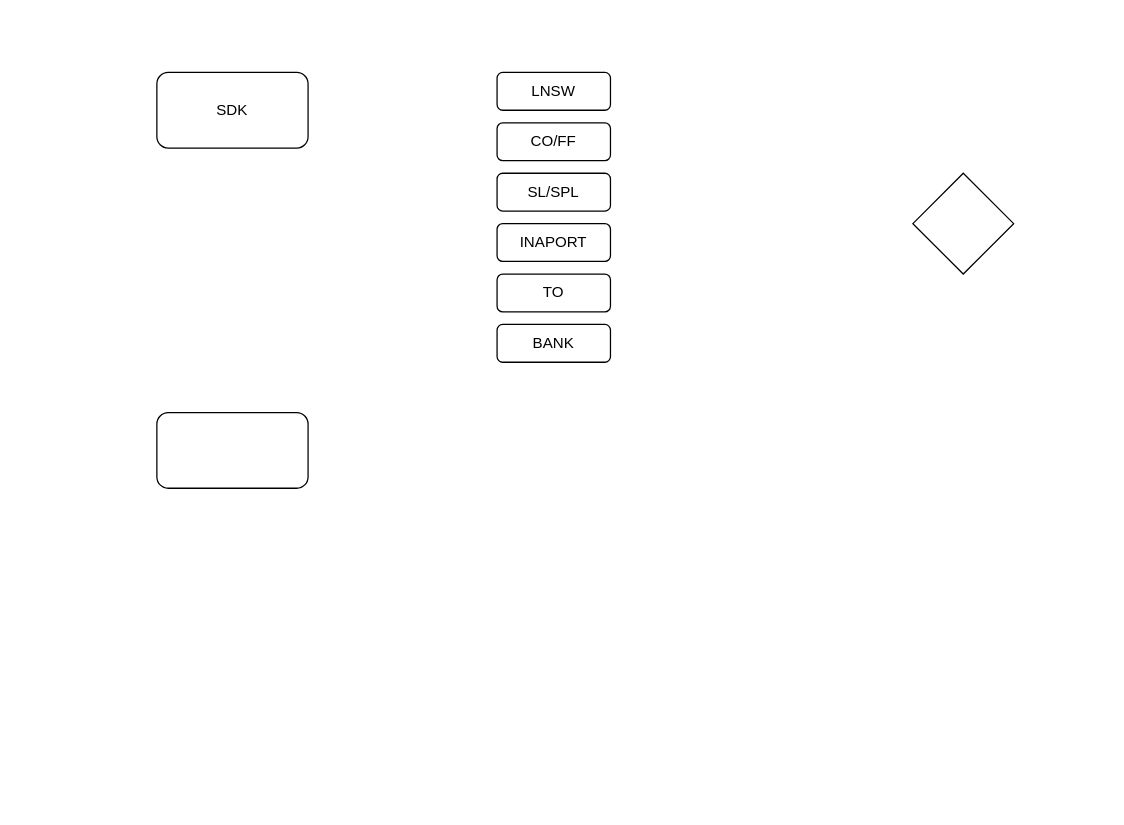
This is Consensus HLF.drawio from ariesharry/Diagrams, a draw.io file, before an edit. Source tidied: cells renumbered, new cells numbered last; positions are measured from the earlier drawing's top-left corner, leaving out a move shared by most shapes. Both pictures are drawn from the tidied source at 126%, with x=0, y=0 at pixel (156, 72).
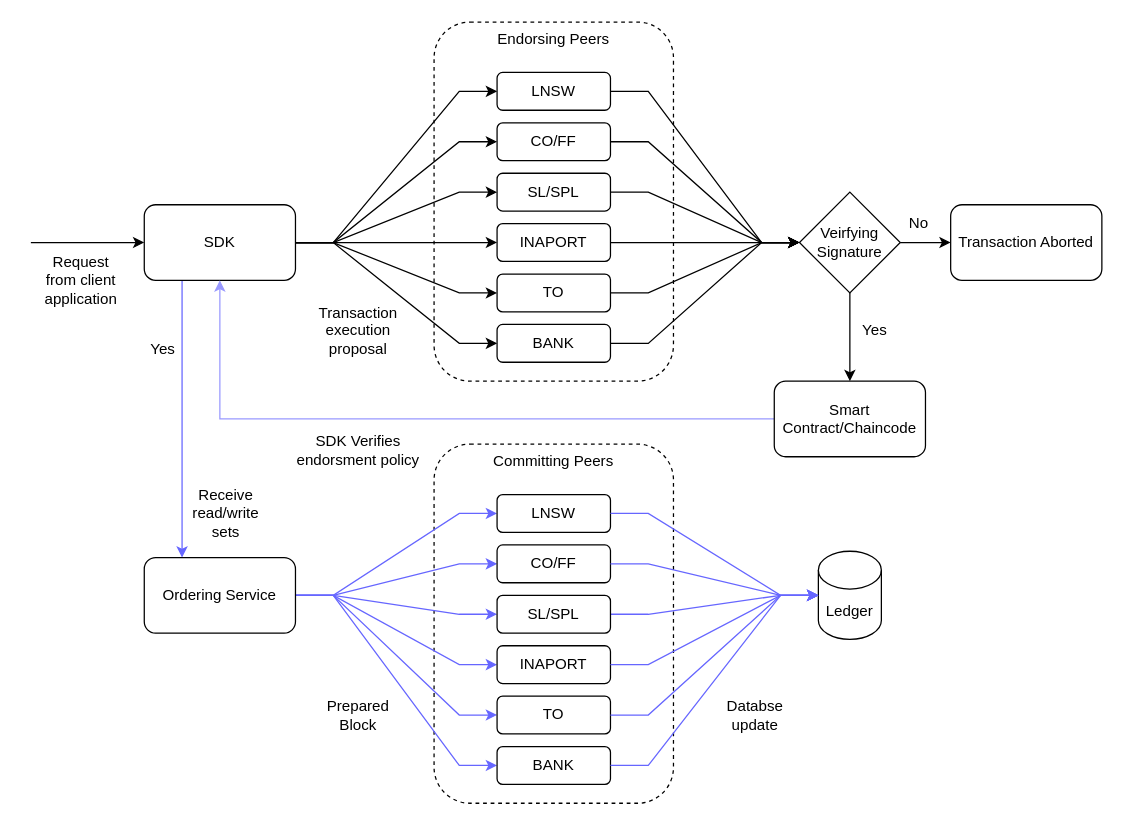
The same diagram, later.

Unchanged cells that the change refers to:
```xml
<mxCell id="5" value="LNSW" style="rounded=1;whiteSpace=wrap;html=1;" parent="1" vertex="1">
  <mxGeometry x="270" width="90" height="30" as="geometry" />
</mxCell>
<mxCell id="6" value="CO/FF" style="rounded=1;whiteSpace=wrap;html=1;" parent="1" vertex="1">
  <mxGeometry x="270" y="40" width="90" height="30" as="geometry" />
</mxCell>
<mxCell id="7" value="SL/SPL" style="rounded=1;whiteSpace=wrap;html=1;" parent="1" vertex="1">
  <mxGeometry x="270" y="80" width="90" height="30" as="geometry" />
</mxCell>
<mxCell id="8" value="INAPORT" style="rounded=1;whiteSpace=wrap;html=1;" parent="1" vertex="1">
  <mxGeometry x="270" y="120" width="90" height="30" as="geometry" />
</mxCell>
<mxCell id="9" value="TO" style="rounded=1;whiteSpace=wrap;html=1;" parent="1" vertex="1">
  <mxGeometry x="270" y="160" width="90" height="30" as="geometry" />
</mxCell>
<mxCell id="10" value="BANK" style="rounded=1;whiteSpace=wrap;html=1;" parent="1" vertex="1">
  <mxGeometry x="270" y="200" width="90" height="30" as="geometry" />
</mxCell>
```

Change to the diagram source:
```diff
@@
+    <mxCell id="11" value="Committing Peers" style="rounded=1;whiteSpace=wrap;html=1;fillColor=none;dashed=1;verticalAlign=top;" parent="1" vertex="1">
+      <mxGeometry x="220" y="295" width="190" height="285" as="geometry" />
+    </mxCell>
+    <mxCell id="12" value="Endorsing Peers" style="rounded=1;whiteSpace=wrap;html=1;fillColor=none;dashed=1;verticalAlign=top;" parent="1" vertex="1">
+      <mxGeometry x="220" y="-40" width="190" height="285" as="geometry" />
+    </mxCell>
+    <mxCell id="13" style="edgeStyle=entityRelationEdgeStyle;rounded=0;jettySize=auto;html=1;exitX=1;exitY=0.5;exitDx=0;exitDy=0;entryX=0;entryY=0.5;entryDx=0;entryDy=0;" parent="1" edge="1" source="2" target="8">
+      <mxGeometry relative="1" as="geometry" />
+    </mxCell>
+    <mxCell id="14" style="edgeStyle=entityRelationEdgeStyle;rounded=0;jettySize=auto;html=1;exitX=1;exitY=0.5;exitDx=0;exitDy=0;entryX=0;entryY=0.5;entryDx=0;entryDy=0;" parent="1" edge="1" source="2" target="7">
+      <mxGeometry relative="1" as="geometry" />
+    </mxCell>
+    <mxCell id="15" style="edgeStyle=entityRelationEdgeStyle;rounded=0;jettySize=auto;html=1;exitX=1;exitY=0.5;exitDx=0;exitDy=0;entryX=0;entryY=0.5;entryDx=0;entryDy=0;" parent="1" edge="1" source="2" target="6">
+      <mxGeometry relative="1" as="geometry" />
+    </mxCell>
+    <mxCell id="16" style="edgeStyle=entityRelationEdgeStyle;rounded=0;jettySize=auto;html=1;exitX=1;exitY=0.5;exitDx=0;exitDy=0;entryX=0;entryY=0.5;entryDx=0;entryDy=0;" parent="1" edge="1" source="2" target="5">
+      <mxGeometry relative="1" as="geometry" />
+    </mxCell>
+    <mxCell id="17" style="edgeStyle=entityRelationEdgeStyle;rounded=0;jettySize=auto;html=1;exitX=1;exitY=0.5;exitDx=0;exitDy=0;entryX=0;entryY=0.5;entryDx=0;entryDy=0;" parent="1" edge="1" source="2" target="9">
+      <mxGeometry relative="1" as="geometry" />
+    </mxCell>
+    <mxCell id="18" style="edgeStyle=entityRelationEdgeStyle;rounded=0;jettySize=auto;html=1;exitX=1;exitY=0.5;exitDx=0;exitDy=0;entryX=0;entryY=0.5;entryDx=0;entryDy=0;" parent="1" edge="1" source="2" target="10">
+      <mxGeometry relative="1" as="geometry" />
+    </mxCell>
+    <mxCell id="19" style="edgeStyle=orthogonalEdgeStyle;rounded=0;jettySize=auto;html=1;exitX=0.25;exitY=1;exitDx=0;exitDy=0;entryX=0.25;entryY=0;entryDx=0;entryDy=0;fillColor=#dae8fc;strokeColor=#6666FF;" parent="1" edge="1" source="2" target="4">
+      <mxGeometry relative="1" as="geometry" />
+    </mxCell>
     <mxCell id="2" value="SDK" style="rounded=1;whiteSpace=wrap;html=1;" parent="1" vertex="1">
-      <mxGeometry width="120" height="60" as="geometry" />
+      <mxGeometry x="-10" y="105" width="120" height="60" as="geometry" />
     </mxCell>
+    <mxCell id="20" style="edgeStyle=orthogonalEdgeStyle;rounded=0;jettySize=auto;html=1;exitX=0.5;exitY=1;exitDx=0;exitDy=0;" parent="1" edge="1" source="3" target="44">
+      <mxGeometry relative="1" as="geometry" />
+    </mxCell>
+    <mxCell id="21" style="edgeStyle=orthogonalEdgeStyle;rounded=0;jettySize=auto;html=1;exitX=1;exitY=0.5;exitDx=0;exitDy=0;entryX=0;entryY=0.5;entryDx=0;entryDy=0;" parent="1" edge="1" source="3" target="45">
+      <mxGeometry relative="1" as="geometry" />
+    </mxCell>
-    <mxCell id="3" style="rhombus;whiteSpace=wrap;html=1;" parent="1" vertex="1">
-      <mxGeometry x="600" y="80" width="80" height="80" as="geometry" />
+    <mxCell id="3" value="Veirfying Signature" style="rhombus;whiteSpace=wrap;html=1;" parent="1" vertex="1">
+      <mxGeometry x="510" y="95" width="80" height="80" as="geometry" />
     </mxCell>
+    <mxCell id="22" style="edgeStyle=entityRelationEdgeStyle;rounded=0;jettySize=auto;html=1;exitX=1;exitY=0.5;exitDx=0;exitDy=0;entryX=0;entryY=0.5;entryDx=0;entryDy=0;strokeColor=#6666FF;" parent="1" edge="1" source="4" target="34">
+      <mxGeometry relative="1" as="geometry" />
+    </mxCell>
+    <mxCell id="23" style="edgeStyle=entityRelationEdgeStyle;rounded=0;jettySize=auto;html=1;exitX=1;exitY=0.5;exitDx=0;exitDy=0;entryX=0;entryY=0.5;entryDx=0;entryDy=0;strokeColor=#6666FF;" parent="1" edge="1" source="4" target="35">
+      <mxGeometry relative="1" as="geometry" />
+    </mxCell>
+    <mxCell id="24" style="edgeStyle=entityRelationEdgeStyle;rounded=0;jettySize=auto;html=1;exitX=1;exitY=0.5;exitDx=0;exitDy=0;entryX=0;entryY=0.5;entryDx=0;entryDy=0;strokeColor=#6666FF;" parent="1" edge="1" source="4" target="37">
+      <mxGeometry relative="1" as="geometry" />
+    </mxCell>
+    <mxCell id="25" style="edgeStyle=entityRelationEdgeStyle;rounded=0;jettySize=auto;html=1;exitX=1;exitY=0.5;exitDx=0;exitDy=0;entryX=0;entryY=0.5;entryDx=0;entryDy=0;strokeColor=#6666FF;" parent="1" edge="1" source="4" target="38">
+      <mxGeometry relative="1" as="geometry" />
+    </mxCell>
+    <mxCell id="26" style="edgeStyle=entityRelationEdgeStyle;rounded=0;jettySize=auto;html=1;exitX=1;exitY=0.5;exitDx=0;exitDy=0;entryX=0;entryY=0.5;entryDx=0;entryDy=0;strokeColor=#6666FF;" parent="1" edge="1" source="4" target="39">
+      <mxGeometry relative="1" as="geometry" />
+    </mxCell>
+    <mxCell id="27" style="edgeStyle=entityRelationEdgeStyle;rounded=0;jettySize=auto;html=1;exitX=1;exitY=0.5;exitDx=0;exitDy=0;entryX=0;entryY=0.5;entryDx=0;entryDy=0;strokeColor=#6666FF;" parent="1" edge="1" source="4" target="40">
+      <mxGeometry relative="1" as="geometry" />
+    </mxCell>
-    <mxCell id="4" style="rounded=1;whiteSpace=wrap;html=1;" parent="1" vertex="1">
-      <mxGeometry y="270" width="120" height="60" as="geometry" />
+    <mxCell id="4" value="Ordering Service" style="rounded=1;whiteSpace=wrap;html=1;" parent="1" vertex="1">
+      <mxGeometry x="-10" y="385" width="120" height="60" as="geometry" />
     </mxCell>
+    <mxCell id="28" style="edgeStyle=entityRelationEdgeStyle;rounded=0;jettySize=auto;html=1;exitX=1;exitY=0.5;exitDx=0;exitDy=0;entryX=0;entryY=0.5;entryDx=0;entryDy=0;" parent="1" edge="1" source="5" target="3">
+      <mxGeometry relative="1" as="geometry" />
+    </mxCell>
@@
+    <mxCell id="29" style="edgeStyle=entityRelationEdgeStyle;rounded=0;jettySize=auto;html=1;exitX=1;exitY=0.5;exitDx=0;exitDy=0;entryX=0;entryY=0.5;entryDx=0;entryDy=0;" parent="1" edge="1" source="6" target="3">
+      <mxGeometry relative="1" as="geometry" />
+    </mxCell>
@@
+    <mxCell id="30" style="edgeStyle=entityRelationEdgeStyle;rounded=0;jettySize=auto;html=1;exitX=1;exitY=0.5;exitDx=0;exitDy=0;entryX=0;entryY=0.5;entryDx=0;entryDy=0;" parent="1" edge="1" source="7" target="3">
+      <mxGeometry relative="1" as="geometry" />
+    </mxCell>
@@
+    <mxCell id="31" style="edgeStyle=entityRelationEdgeStyle;rounded=0;jettySize=auto;html=1;exitX=1;exitY=0.5;exitDx=0;exitDy=0;entryX=0;entryY=0.5;entryDx=0;entryDy=0;" parent="1" edge="1" source="8" target="3">
+      <mxGeometry relative="1" as="geometry" />
+    </mxCell>
@@
+    <mxCell id="32" style="edgeStyle=entityRelationEdgeStyle;rounded=0;jettySize=auto;html=1;exitX=1;exitY=0.5;exitDx=0;exitDy=0;entryX=0;entryY=0.5;entryDx=0;entryDy=0;" parent="1" edge="1" source="9" target="3">
+      <mxGeometry relative="1" as="geometry" />
+    </mxCell>
@@
+    <mxCell id="33" style="edgeStyle=entityRelationEdgeStyle;rounded=0;jettySize=auto;html=1;exitX=1;exitY=0.5;exitDx=0;exitDy=0;entryX=0;entryY=0.5;entryDx=0;entryDy=0;" parent="1" edge="1" source="10" target="3">
+      <mxGeometry relative="1" as="geometry" />
+    </mxCell>
@@
+    <mxCell id="34" value="LNSW" style="rounded=1;whiteSpace=wrap;html=1;" parent="1" vertex="1">
+      <mxGeometry x="270" y="335" width="90" height="30" as="geometry" />
+    </mxCell>
+    <mxCell id="35" value="CO/FF" style="rounded=1;whiteSpace=wrap;html=1;" parent="1" vertex="1">
+      <mxGeometry x="270" y="375" width="90" height="30" as="geometry" />
+    </mxCell>
+    <mxCell id="36" style="edgeStyle=entityRelationEdgeStyle;rounded=0;jettySize=auto;html=1;exitX=1;exitY=0.5;exitDx=0;exitDy=0;entryX=0;entryY=0.5;entryDx=0;entryDy=0;entryPerimeter=0;strokeColor=#6666FF;" parent="1" edge="1" source="37" target="42">
+      <mxGeometry relative="1" as="geometry" />
+    </mxCell>
+    <mxCell id="37" value="SL/SPL" style="rounded=1;whiteSpace=wrap;html=1;" parent="1" vertex="1">
+      <mxGeometry x="270" y="415" width="90" height="30" as="geometry" />
+    </mxCell>
+    <mxCell id="38" value="INAPORT" style="rounded=1;whiteSpace=wrap;html=1;" parent="1" vertex="1">
+      <mxGeometry x="270" y="455" width="90" height="30" as="geometry" />
+    </mxCell>
+    <mxCell id="39" value="TO" style="rounded=1;whiteSpace=wrap;html=1;" parent="1" vertex="1">
+      <mxGeometry x="270" y="495" width="90" height="30" as="geometry" />
+    </mxCell>
+    <mxCell id="40" value="BANK" style="rounded=1;whiteSpace=wrap;html=1;" parent="1" vertex="1">
+      <mxGeometry x="270" y="535" width="90" height="30" as="geometry" />
+    </mxCell>
+    <mxCell id="41" style="endArrow=classic;html=1;rounded=0;entryX=0;entryY=0.5;entryDx=0;entryDy=0;" parent="1" edge="1" target="2">
+      <mxGeometry relative="1" as="geometry">
+        <mxPoint x="-100" y="135" as="sourcePoint" />
+      </mxGeometry>
+    </mxCell>
+    <mxCell id="42" value="Ledger" style="shape=cylinder3;whiteSpace=wrap;html=1;boundedLbl=1;backgroundOutline=1;size=15;" parent="1" vertex="1">
+      <mxGeometry x="525" y="380" width="50" height="70" as="geometry" />
+    </mxCell>
+    <mxCell id="43" style="edgeStyle=orthogonalEdgeStyle;rounded=0;jettySize=auto;html=1;exitX=0;exitY=0.5;exitDx=0;exitDy=0;entryX=0.5;entryY=1;entryDx=0;entryDy=0;fillColor=#f8cecc;strokeColor=#9999FF;" parent="1" edge="1" source="44" target="2">
+      <mxGeometry relative="1" as="geometry" />
+    </mxCell>
+    <mxCell id="44" value="Smart Contract/Chaincode" style="rounded=1;whiteSpace=wrap;html=1;" parent="1" vertex="1">
+      <mxGeometry x="490" y="245" width="120" height="60" as="geometry" />
+    </mxCell>
+    <mxCell id="45" value="Transaction Aborted" style="rounded=1;whiteSpace=wrap;html=1;" parent="1" vertex="1">
+      <mxGeometry x="630" y="105" width="120" height="60" as="geometry" />
+    </mxCell>
+    <mxCell id="46" style="edgeStyle=entityRelationEdgeStyle;rounded=0;jettySize=auto;html=1;exitX=1;exitY=0.5;exitDx=0;exitDy=0;entryX=0;entryY=0.5;entryDx=0;entryDy=0;entryPerimeter=0;strokeColor=#6666FF;" parent="1" edge="1" source="34" target="42">
+      <mxGeometry relative="1" as="geometry" />
+    </mxCell>
+    <mxCell id="47" style="edgeStyle=entityRelationEdgeStyle;rounded=0;jettySize=auto;html=1;exitX=1;exitY=0.5;exitDx=0;exitDy=0;entryX=0;entryY=0.5;entryDx=0;entryDy=0;entryPerimeter=0;strokeColor=#6666FF;" parent="1" edge="1" source="35" target="42">
+      <mxGeometry relative="1" as="geometry" />
+    </mxCell>
+    <mxCell id="48" style="edgeStyle=entityRelationEdgeStyle;rounded=0;jettySize=auto;html=1;exitX=1;exitY=0.5;exitDx=0;exitDy=0;entryX=0;entryY=0.5;entryDx=0;entryDy=0;entryPerimeter=0;strokeColor=#6666FF;" parent="1" edge="1" source="38" target="42">
+      <mxGeometry relative="1" as="geometry" />
+    </mxCell>
+    <mxCell id="49" style="edgeStyle=entityRelationEdgeStyle;rounded=0;jettySize=auto;html=1;exitX=1;exitY=0.5;exitDx=0;exitDy=0;entryX=0;entryY=0.5;entryDx=0;entryDy=0;entryPerimeter=0;strokeColor=#6666FF;" parent="1" edge="1" source="39" target="42">
+      <mxGeometry relative="1" as="geometry" />
+    </mxCell>
+    <mxCell id="50" style="edgeStyle=entityRelationEdgeStyle;rounded=0;jettySize=auto;html=1;exitX=1;exitY=0.5;exitDx=0;exitDy=0;entryX=0;entryY=0.5;entryDx=0;entryDy=0;entryPerimeter=0;strokeColor=#6666FF;" parent="1" edge="1" source="40" target="42">
+      <mxGeometry relative="1" as="geometry" />
+    </mxCell>
+    <mxCell id="51" value="Request from client application" style="text;html=1;align=center;verticalAlign=middle;whiteSpace=wrap;rounded=0;" parent="1" vertex="1">
+      <mxGeometry x="-90" y="150" width="60" height="30" as="geometry" />
+    </mxCell>
+    <mxCell id="52" value="Transaction execution proposal" style="text;html=1;align=center;verticalAlign=middle;whiteSpace=wrap;rounded=0;" parent="1" vertex="1">
+      <mxGeometry x="130" y="190" width="60" height="30" as="geometry" />
+    </mxCell>
+    <mxCell id="53" value="No" style="text;html=1;align=center;verticalAlign=middle;whiteSpace=wrap;rounded=0;" parent="1" vertex="1">
+      <mxGeometry x="575" y="105" width="60" height="30" as="geometry" />
+    </mxCell>
+    <mxCell id="54" value="Yes" style="text;html=1;align=center;verticalAlign=middle;whiteSpace=wrap;rounded=0;" parent="1" vertex="1">
+      <mxGeometry x="540" y="190" width="60" height="30" as="geometry" />
+    </mxCell>
+    <mxCell id="55" value="SDK Verifies endorsment policy" style="text;html=1;align=center;verticalAlign=middle;whiteSpace=wrap;rounded=0;" parent="1" vertex="1">
+      <mxGeometry x="105" y="285" width="110" height="30" as="geometry" />
+    </mxCell>
+    <mxCell id="56" value="Yes" style="text;html=1;align=center;verticalAlign=middle;whiteSpace=wrap;rounded=0;" parent="1" vertex="1">
+      <mxGeometry x="-20" y="205" width="50" height="30" as="geometry" />
+    </mxCell>
+    <mxCell id="57" value="Receive read/write sets" style="text;html=1;align=center;verticalAlign=middle;whiteSpace=wrap;rounded=0;" parent="1" vertex="1">
+      <mxGeometry x="30" y="335" width="50" height="30" as="geometry" />
+    </mxCell>
+    <mxCell id="58" value="Prepared Block" style="text;html=1;align=center;verticalAlign=middle;whiteSpace=wrap;rounded=0;" parent="1" vertex="1">
+      <mxGeometry x="135" y="495" width="50" height="30" as="geometry" />
+    </mxCell>
+    <mxCell id="59" value="Databse update" style="text;html=1;align=center;verticalAlign=middle;whiteSpace=wrap;rounded=0;" parent="1" vertex="1">
+      <mxGeometry x="450" y="495" width="50" height="30" as="geometry" />
+    </mxCell>
```
